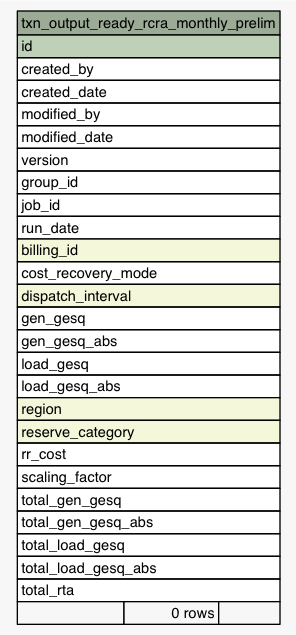
This is Data/settlement/diagrams/summary/txn_output_ready_rcra_monthly_prelim.1degree.png from eyana-m/python-data-dictionary-writer, a Graphviz export, as it was before one commit. Its source is kept beside it as Data/settlement/diagrams/summary/txn_output_ready_rcra_monthly_prelim.1degree.dot. Source of this version:
```dot
digraph "txn_output_ready_rcra_monthly_prelim" {
  graph [
    rankdir="RL"
    bgcolor="#f7f7f7"
    nodesep="0.18"
    ranksep="0.46"
    fontname="Helvetica"
    fontsize="11"
  ];
  node [
    fontname="Helvetica"
    fontsize="11"
    shape="plaintext"
  ];
  edge [
    arrowsize="0.8"
  ];
  "txn_output_ready_rcra_monthly_prelim" [
    label=<
    <TABLE BORDER="0" CELLBORDER="1" CELLSPACING="0" BGCOLOR="#ffffff">
      <TR><TD COLSPAN="3" BGCOLOR="#9bab96" ALIGN="CENTER">txn_output_ready_rcra_monthly_prelim</TD></TR>
      <TR><TD PORT="id" COLSPAN="3" BGCOLOR="#bed1b8" ALIGN="LEFT">id</TD></TR>
      <TR><TD PORT="created_by" COLSPAN="3" ALIGN="LEFT">created_by</TD></TR>
      <TR><TD PORT="created_date" COLSPAN="3" ALIGN="LEFT">created_date</TD></TR>
      <TR><TD PORT="modified_by" COLSPAN="3" ALIGN="LEFT">modified_by</TD></TR>
      <TR><TD PORT="modified_date" COLSPAN="3" ALIGN="LEFT">modified_date</TD></TR>
      <TR><TD PORT="version" COLSPAN="3" ALIGN="LEFT">version</TD></TR>
      <TR><TD PORT="group_id" COLSPAN="3" ALIGN="LEFT">group_id</TD></TR>
      <TR><TD PORT="job_id" COLSPAN="3" ALIGN="LEFT">job_id</TD></TR>
      <TR><TD PORT="run_date" COLSPAN="3" ALIGN="LEFT">run_date</TD></TR>
      <TR><TD PORT="billing_id" COLSPAN="3" BGCOLOR="#f4f7da" ALIGN="LEFT">billing_id</TD></TR>
      <TR><TD PORT="cost_recovery_mode" COLSPAN="3" ALIGN="LEFT">cost_recovery_mode</TD></TR>
      <TR><TD PORT="dispatch_interval" COLSPAN="3" BGCOLOR="#f4f7da" ALIGN="LEFT">dispatch_interval</TD></TR>
      <TR><TD PORT="gen_gesq" COLSPAN="3" ALIGN="LEFT">gen_gesq</TD></TR>
      <TR><TD PORT="gen_gesq_abs" COLSPAN="3" ALIGN="LEFT">gen_gesq_abs</TD></TR>
      <TR><TD PORT="load_gesq" COLSPAN="3" ALIGN="LEFT">load_gesq</TD></TR>
      <TR><TD PORT="load_gesq_abs" COLSPAN="3" ALIGN="LEFT">load_gesq_abs</TD></TR>
      <TR><TD PORT="region" COLSPAN="3" BGCOLOR="#f4f7da" ALIGN="LEFT">region</TD></TR>
      <TR><TD PORT="reserve_category" COLSPAN="3" BGCOLOR="#f4f7da" ALIGN="LEFT">reserve_category</TD></TR>
      <TR><TD PORT="rr_cost" COLSPAN="3" ALIGN="LEFT">rr_cost</TD></TR>
      <TR><TD PORT="scaling_factor" COLSPAN="3" ALIGN="LEFT">scaling_factor</TD></TR>
      <TR><TD PORT="total_gen_gesq" COLSPAN="3" ALIGN="LEFT">total_gen_gesq</TD></TR>
      <TR><TD PORT="total_gen_gesq_abs" COLSPAN="3" ALIGN="LEFT">total_gen_gesq_abs</TD></TR>
      <TR><TD PORT="total_load_gesq" COLSPAN="3" ALIGN="LEFT">total_load_gesq</TD></TR>
      <TR><TD PORT="total_load_gesq_abs" COLSPAN="3" ALIGN="LEFT">total_load_gesq_abs</TD></TR>
      <TR><TD PORT="total_rta" COLSPAN="3" ALIGN="LEFT">total_rta</TD></TR>
      <TR><TD ALIGN="LEFT" BGCOLOR="#f7f7f7">  </TD><TD ALIGN="RIGHT" BGCOLOR="#f7f7f7">0 rows</TD><TD ALIGN="RIGHT" BGCOLOR="#f7f7f7">  </TD></TR>
    </TABLE>>
    URL="tables/txn_output_ready_rcra_monthly_prelim.html"
    tooltip="txn_output_ready_rcra_monthly_prelim"
  ];
}
```
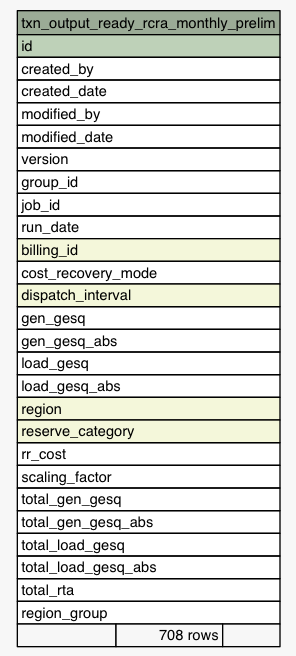
After the change.

Change to the diagram source:
```diff
@@ -44,7 +44,8 @@
       <TR><TD PORT="total_load_gesq" COLSPAN="3" ALIGN="LEFT">total_load_gesq</TD></TR>
       <TR><TD PORT="total_load_gesq_abs" COLSPAN="3" ALIGN="LEFT">total_load_gesq_abs</TD></TR>
       <TR><TD PORT="total_rta" COLSPAN="3" ALIGN="LEFT">total_rta</TD></TR>
-      <TR><TD ALIGN="LEFT" BGCOLOR="#f7f7f7">  </TD><TD ALIGN="RIGHT" BGCOLOR="#f7f7f7">0 rows</TD><TD ALIGN="RIGHT" BGCOLOR="#f7f7f7">  </TD></TR>
+      <TR><TD PORT="region_group" COLSPAN="3" ALIGN="LEFT">region_group</TD></TR>
+      <TR><TD ALIGN="LEFT" BGCOLOR="#f7f7f7">  </TD><TD ALIGN="RIGHT" BGCOLOR="#f7f7f7">708 rows</TD><TD ALIGN="RIGHT" BGCOLOR="#f7f7f7">  </TD></TR>
     </TABLE>>
     URL="tables/txn_output_ready_rcra_monthly_prelim.html"
     tooltip="txn_output_ready_rcra_monthly_prelim"
```
